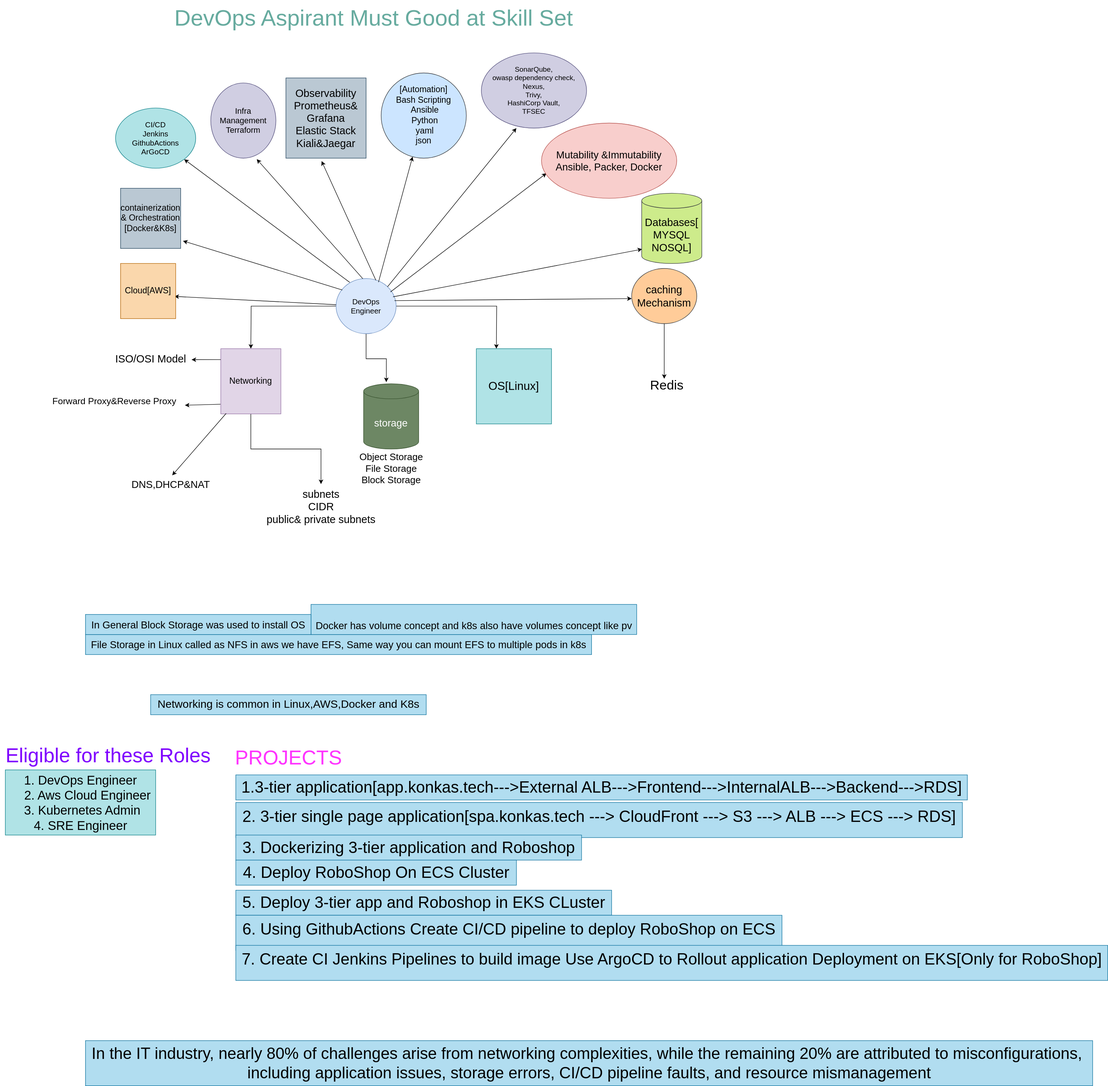
Before: devops-requirments.drawio.svg, a diagram exported from draw.io (ullagallu123/svg). Source tidied: cells renumbered, new cells last; positions are measured from the earlier drawing's top-left corner, leaving out a move shared by most shapes.
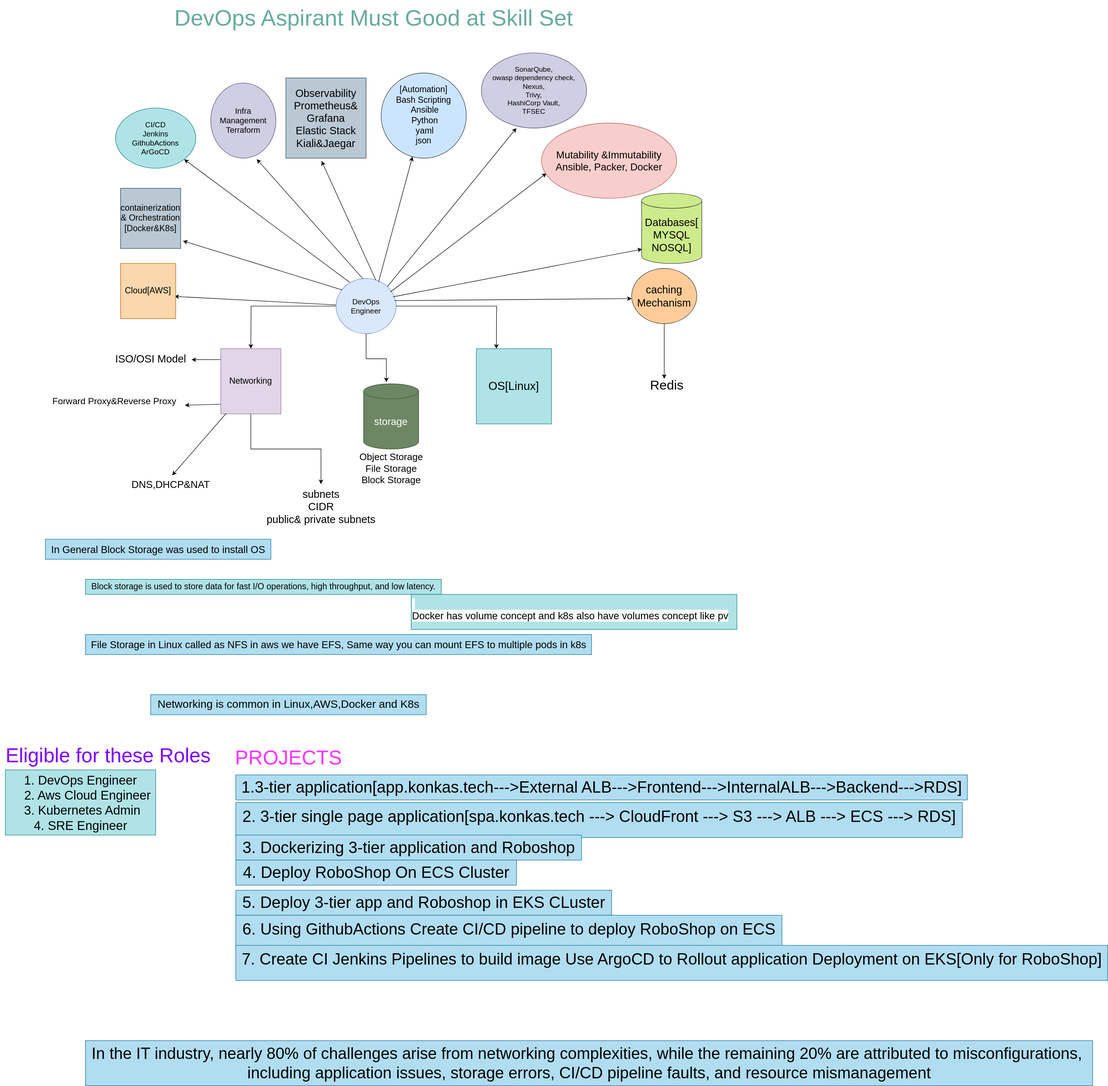
The same file after the commit.

Diff of the diagram source:
```diff
@@ -146,9 +146,6 @@
     <mxCell id="45" value="&lt;font style=&quot;font-size: 20px;&quot;&gt;File Storage in Linux called as NFS in aws we have EFS, Same way you can mount EFS to multiple pods in k8s&lt;/font&gt;" style="text;html=1;align=center;verticalAlign=middle;strokeColor=#10739e;fillColor=#b1ddf0;" parent="1" vertex="1">
       <mxGeometry x="170" y="1265" width="1010" height="40" as="geometry" />
     </mxCell>
-    <mxCell id="46" value="&lt;font style=&quot;font-size: 20px;&quot;&gt;&amp;nbsp;&lt;/font&gt;&lt;div&gt;&lt;font style=&quot;font-size: 20px;&quot;&gt;Docker has volume concept and k8s also have volumes concept like pv&lt;/font&gt;&lt;/div&gt;" style="text;html=1;align=center;verticalAlign=middle;strokeColor=#10739e;fillColor=#b1ddf0;" parent="1" vertex="1">
-      <mxGeometry x="620" y="1205" width="650" height="60" as="geometry" />
-    </mxCell>
     <mxCell id="47" value="&lt;font style=&quot;font-size: 32px;&quot;&gt;1.3-tier application[app.konkas.tech---&amp;gt;External ALB---&amp;gt;Frontend---&amp;gt;InternalALB---&amp;gt;Backend---&amp;gt;RDS]&lt;/font&gt;" style="text;html=1;align=center;verticalAlign=middle;strokeColor=#10739e;fillColor=#b1ddf0;" parent="1" vertex="1">
       <mxGeometry x="470" y="1545" width="1460" height="50" as="geometry" />
     </mxCell>
@@ -174,7 +171,16 @@
       <mxGeometry x="170" y="2075" width="2010" height="90" as="geometry" />
     </mxCell>
     <mxCell id="55" value="&lt;span style=&quot;font-size: 20px;&quot;&gt;In General Block Storage was used to install OS&lt;/span&gt;" style="text;html=1;align=center;verticalAlign=middle;strokeColor=#10739e;fillColor=#b1ddf0;" parent="1" vertex="1">
-      <mxGeometry x="170" y="1225" width="450" height="40" as="geometry" />
+      <mxGeometry x="90" y="1075" width="450" height="40" as="geometry" />
     </mxCell>
+    <mxCell id="56" value="&lt;p&gt;&lt;br&gt;&lt;/p&gt;" style="text;html=1;align=center;verticalAlign=middle;strokeColor=none;fillColor=none;" parent="1" vertex="1">
+      <mxGeometry x="1075" y="1120" width="20" height="50" as="geometry" />
+    </mxCell>
+    <mxCell id="57" value="&lt;font style=&quot;font-size: 17px;&quot;&gt;Block storage is used to store data for fast I/O operations, high throughput, and low latency.&lt;/font&gt;" style="text;html=1;align=center;verticalAlign=middle;strokeColor=#0e8088;fillColor=#b0e3e6;" parent="1" vertex="1">
+      <mxGeometry x="170" y="1155" width="710" height="30" as="geometry" />
+    </mxCell>
+    <mxCell id="46" value="&lt;font style=&quot;forced-color-adjust: none; color: rgb(0, 0, 0); font-family: Helvetica; font-style: normal; font-variant-ligatures: normal; font-variant-caps: normal; font-weight: 400; letter-spacing: normal; orphans: 2; text-align: center; text-indent: 0px; text-transform: none; widows: 2; word-spacing: 0px; -webkit-text-stroke-width: 0px; white-space: nowrap; background-color: rgb(251, 251, 251); text-decoration-thickness: initial; text-decoration-style: initial; text-decoration-color: initial; font-size: 20px;&quot;&gt;&amp;nbsp;&lt;/font&gt;&lt;div style=&quot;forced-color-adjust: none; color: rgb(0, 0, 0); font-family: Helvetica; font-size: 12px; font-style: normal; font-variant-ligatures: normal; font-variant-caps: normal; font-weight: 400; letter-spacing: normal; orphans: 2; text-align: center; text-indent: 0px; text-transform: none; widows: 2; word-spacing: 0px; -webkit-text-stroke-width: 0px; white-space: nowrap; background-color: rgb(251, 251, 251); text-decoration-thickness: initial; text-decoration-style: initial; text-decoration-color: initial;&quot;&gt;&lt;font style=&quot;forced-color-adjust: none; font-size: 20px;&quot;&gt;Docker has volume concept and k8s also have volumes concept like pv&lt;/font&gt;&lt;/div&gt;" style="text;whiteSpace=wrap;html=1;fillColor=#b0e3e6;strokeColor=#0e8088;" parent="1" vertex="1">
+      <mxGeometry x="820" y="1185" width="650" height="70" as="geometry" />
+    </mxCell>
   </root>
 </mxGraphModel>
```
